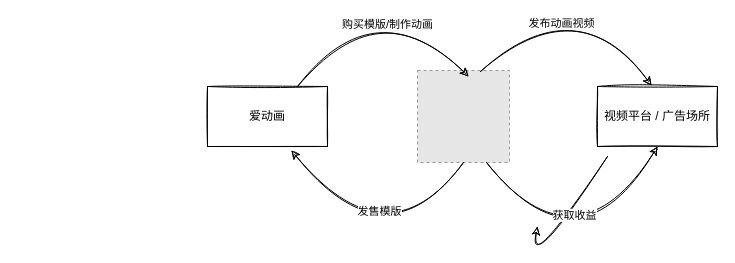
Before: aidonghua3 Diagram.drawio in chankamlam/demo, a draw.io diagram. Source tidied: cells renumbered, new cells numbered last; positions are measured from the earlier drawing's top-left corner, leaving out a move shared by most shapes. Both pictures are drawn from the tidied source at 100%, with x=0, y=0 at pixel (207, -14). Pictures stored in the file or linked from it are replaced by grey dashed boxes.
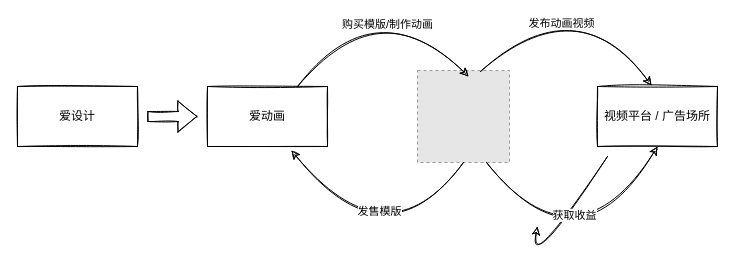
After the change.

Change to the diagram source:
```diff
@@
+    <mxCell id="14" value="爱设计" style="rounded=0;whiteSpace=wrap;html=1;sketch=1;" parent="1" vertex="1">
+      <mxGeometry x="-190" y="100" width="120" height="60" as="geometry" />
+    </mxCell>
+    <mxCell id="15" style="shape=flexArrow;endArrow=classic;html=1;rounded=0;sketch=1;curved=1;" parent="1" edge="1">
+      <mxGeometry relative="1" as="geometry">
+        <mxPoint x="-60" y="130" as="sourcePoint" />
+        <mxPoint x="-10" y="130" as="targetPoint" />
+      </mxGeometry>
+    </mxCell>
```
